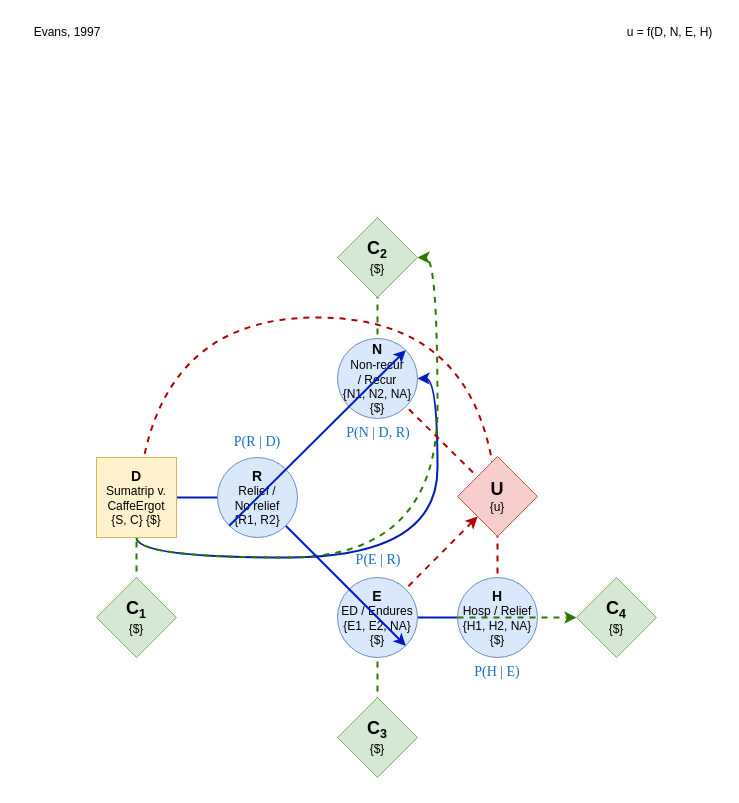
Earlier version of the draw.io diagram nb/Evans1997/img_evans1997_Influence_Diagram_V2.drawio (di4health/di4h). Source tidied: cells renumbered, new cells numbered last; positions are measured from the earlier drawing's top-left corner, leaving out a move shared by most shapes. Both pictures are drawn from the tidied source at 100%, with x=0, y=0 at pixel (17, 17).
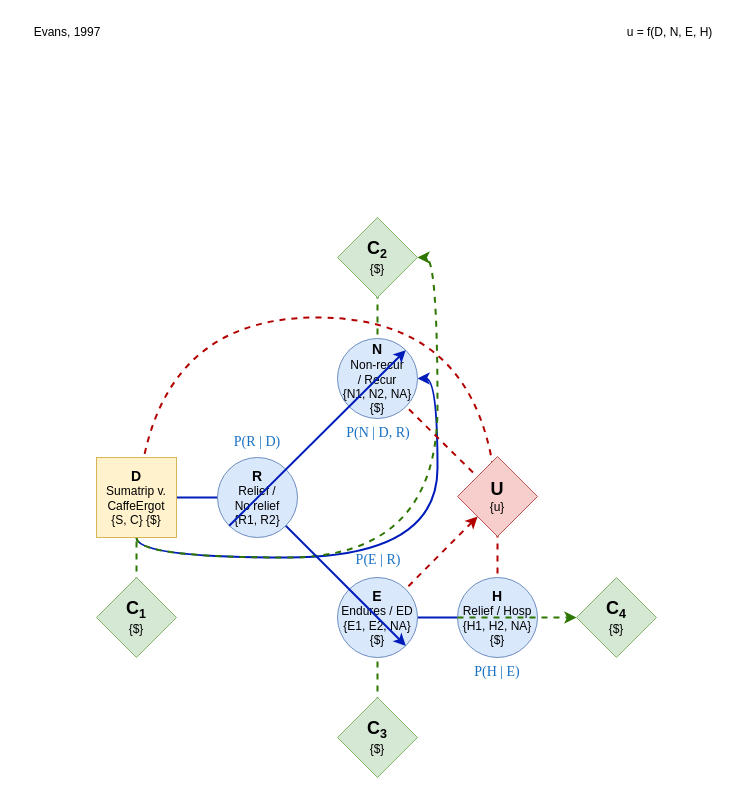
Above is the later version.

Change to the diagram source:
```diff
@@
-<mxGraphModel>
+<mxGraphModel background="#ffffff">
@@
-    <mxCell id="14" value="&lt;div&gt;&lt;b&gt;&lt;font style=&quot;font-size: 14px;&quot;&gt;E&lt;/font&gt;&lt;/b&gt;&lt;/div&gt;&lt;div&gt;ED /&amp;nbsp;&lt;span style=&quot;background-color: transparent; color: light-dark(rgb(0, 0, 0), rgb(255, 255, 255));&quot;&gt;Endures&lt;/span&gt;&lt;/div&gt;&lt;div&gt;{E1, E2, NA}&lt;/div&gt;&lt;div&gt;{$}&lt;/div&gt;" style="ellipse;whiteSpace=wrap;html=1;flipH=1;legacyAnchorPoints=0;flipV=1;fillColor=#dae8fc;strokeColor=#6c8ebf;" parent="1" vertex="1">
+    <mxCell id="14" value="&lt;div&gt;&lt;b&gt;&lt;font style=&quot;font-size: 14px;&quot;&gt;E&lt;/font&gt;&lt;/b&gt;&lt;/div&gt;&lt;div&gt;&lt;span style=&quot;background-color: transparent; color: light-dark(rgb(0, 0, 0), rgb(255, 255, 255));&quot;&gt;Endures / ED&lt;/span&gt;&lt;/div&gt;&lt;div&gt;{E1, E2, NA}&lt;/div&gt;&lt;div&gt;{$}&lt;/div&gt;" style="ellipse;whiteSpace=wrap;html=1;flipH=1;legacyAnchorPoints=0;flipV=1;fillColor=#dae8fc;strokeColor=#6c8ebf;" parent="1" vertex="1">
       <mxGeometry x="320" y="560" width="80" height="80" as="geometry" />
     </mxCell>
@@
-    <mxCell id="19" value="&lt;div&gt;&lt;b&gt;&lt;font style=&quot;font-size: 14px;&quot;&gt;H&lt;/font&gt;&lt;/b&gt;&lt;/div&gt;&lt;div&gt;Hosp / Relief&lt;/div&gt;&lt;div&gt;{H1, H2, NA}&lt;/div&gt;&lt;div&gt;{$}&lt;/div&gt;" style="ellipse;whiteSpace=wrap;html=1;flipH=1;legacyAnchorPoints=0;flipV=1;fillColor=#dae8fc;strokeColor=#6c8ebf;" parent="1" vertex="1">
+    <mxCell id="19" value="&lt;div&gt;&lt;b&gt;&lt;font style=&quot;font-size: 14px;&quot;&gt;H&lt;/font&gt;&lt;/b&gt;&lt;/div&gt;&lt;div&gt;Relief / Hosp&lt;/div&gt;&lt;div&gt;{H1, H2, NA}&lt;/div&gt;&lt;div&gt;{$}&lt;/div&gt;" style="ellipse;whiteSpace=wrap;html=1;flipH=1;legacyAnchorPoints=0;flipV=1;fillColor=#dae8fc;strokeColor=#6c8ebf;" parent="1" vertex="1">
       <mxGeometry x="440" y="560" width="80" height="80" as="geometry" />
     </mxCell>
```
